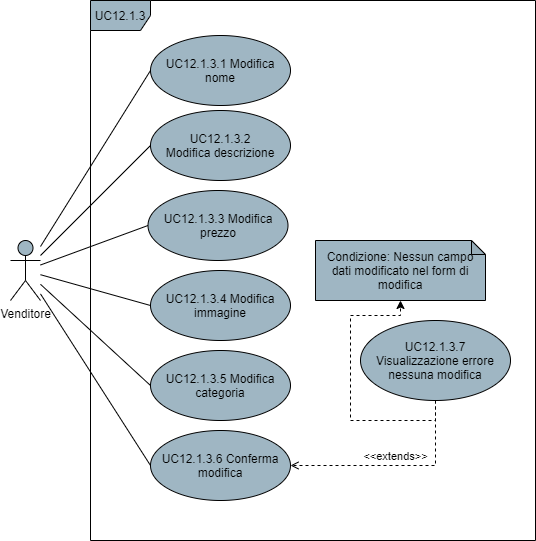
Omicron-Team/Documentazione keeps this draw.io diagram as DocumentazioneEsterna/AnalisiDeiRequisiti/res/UseCase/Immagini/ModificaProdotto.png. Above is the earlier version. Source tidied: cells renumbered, new cells last; positions are measured from the earlier drawing's top-left corner, leaving out a move shared by most shapes.
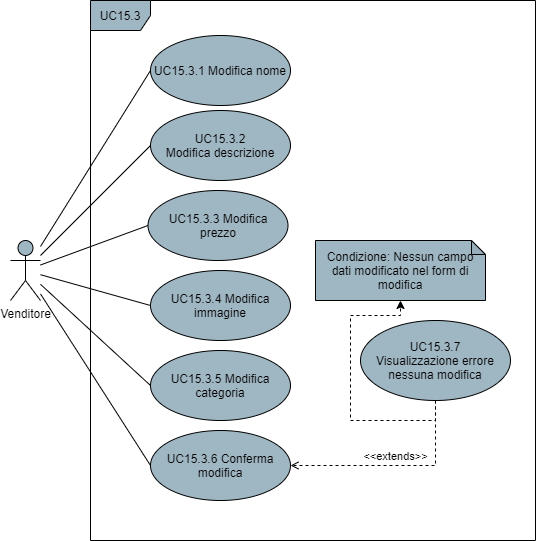
After the commit.

Change to the diagram source:
```diff
@@ -20,28 +20,28 @@
     <mxCell id="7" value="Venditore" style="shape=umlActor;verticalLabelPosition=bottom;verticalAlign=top;html=1;fillColor=#9FB6C3;" parent="1" vertex="1">
       <mxGeometry y="240" width="30" height="60" as="geometry" />
     </mxCell>
-    <mxCell id="8" value="UC12.1.3" style="shape=umlFrame;whiteSpace=wrap;html=1;fillColor=#9FB6C3;" parent="1" vertex="1">
+    <mxCell id="8" value="UC15.3" style="shape=umlFrame;whiteSpace=wrap;html=1;fillColor=#9FB6C3;" parent="1" vertex="1">
       <mxGeometry x="80" width="445" height="540" as="geometry" />
     </mxCell>
-    <mxCell id="9" value="UC12.1.3.1 Modifica nome" style="ellipse;whiteSpace=wrap;html=1;fillColor=#9FB6C3;" parent="1" vertex="1">
+    <mxCell id="9" value="UC15.3.1 Modifica nome" style="ellipse;whiteSpace=wrap;html=1;fillColor=#9FB6C3;" parent="1" vertex="1">
       <mxGeometry x="140" y="35" width="140" height="70" as="geometry" />
     </mxCell>
-    <mxCell id="10" value="UC12.1.3.2 Modifica&amp;nbsp;descrizione" style="ellipse;whiteSpace=wrap;html=1;fillColor=#9FB6C3;" parent="1" vertex="1">
+    <mxCell id="10" value="UC15.3.2 Modifica&amp;nbsp;descrizione" style="ellipse;whiteSpace=wrap;html=1;fillColor=#9FB6C3;" parent="1" vertex="1">
       <mxGeometry x="140" y="110" width="140" height="70" as="geometry" />
     </mxCell>
-    <mxCell id="11" value="UC12.1.3.3 Modifica prezzo" style="ellipse;whiteSpace=wrap;html=1;fillColor=#9FB6C3;" parent="1" vertex="1">
+    <mxCell id="11" value="UC15.3.3 Modifica prezzo" style="ellipse;whiteSpace=wrap;html=1;fillColor=#9FB6C3;" parent="1" vertex="1">
       <mxGeometry x="137.5" y="190" width="140" height="70" as="geometry" />
     </mxCell>
-    <mxCell id="12" value="UC12.1.3.4 Modifica immagine" style="ellipse;whiteSpace=wrap;html=1;fillColor=#9FB6C3;" parent="1" vertex="1">
+    <mxCell id="12" value="UC15.3.4 Modifica immagine" style="ellipse;whiteSpace=wrap;html=1;fillColor=#9FB6C3;" parent="1" vertex="1">
       <mxGeometry x="140" y="270" width="140" height="70" as="geometry" />
     </mxCell>
-    <mxCell id="13" value="UC12.1.3.6 Conferma modifica" style="ellipse;whiteSpace=wrap;html=1;fillColor=#9FB6C3;" parent="1" vertex="1">
+    <mxCell id="13" value="UC15.3.6 Conferma modifica" style="ellipse;whiteSpace=wrap;html=1;fillColor=#9FB6C3;" parent="1" vertex="1">
       <mxGeometry x="140" y="430" width="140" height="70" as="geometry" />
     </mxCell>
     <mxCell id="14" value="&amp;lt;&amp;lt;extends&amp;gt;&amp;gt;" style="edgeStyle=orthogonalEdgeStyle;rounded=0;jettySize=auto;html=1;exitX=0.5;exitY=1;exitDx=0;exitDy=0;entryX=1;entryY=0.5;entryDx=0;entryDy=0;endArrow=open;endFill=0;dashed=1;verticalAlign=bottom;align=center;" parent="1" edge="1" source="15" target="13">
       <mxGeometry relative="1" as="geometry" />
     </mxCell>
-    <mxCell id="15" value="UC12.1.3.7 Visualizzazione&amp;nbsp;errore nessuna modifica" style="ellipse;whiteSpace=wrap;html=1;fillColor=#9FB6C3;" parent="1" vertex="1">
+    <mxCell id="15" value="UC15.3.7 Visualizzazione&amp;nbsp;errore nessuna modifica" style="ellipse;whiteSpace=wrap;html=1;fillColor=#9FB6C3;" parent="1" vertex="1">
       <mxGeometry x="350" y="320" width="150" height="80" as="geometry" />
     </mxCell>
     <mxCell id="16" value="Condizione: Nessun campo dati modificato nel form di modifica" style="shape=note;whiteSpace=wrap;html=1;backgroundOutline=1;darkOpacity=0.05;size=14;fillColor=#9FB6C3;" parent="1" vertex="1">
@@ -57,7 +57,7 @@
         </Array>
       </mxGeometry>
     </mxCell>
-    <mxCell id="18" value="UC12.1.3.5 Modifica categoria" style="ellipse;whiteSpace=wrap;html=1;fillColor=#9FB6C3;" parent="1" vertex="1">
+    <mxCell id="18" value="UC15.3.5 Modifica categoria" style="ellipse;whiteSpace=wrap;html=1;fillColor=#9FB6C3;" parent="1" vertex="1">
       <mxGeometry x="140" y="350" width="140" height="70" as="geometry" />
     </mxCell>
     <mxCell id="19" style="endArrow=none;html=1;exitX=0;exitY=0.5;exitDx=0;exitDy=0;" parent="1" edge="1" source="18" target="7">
```
